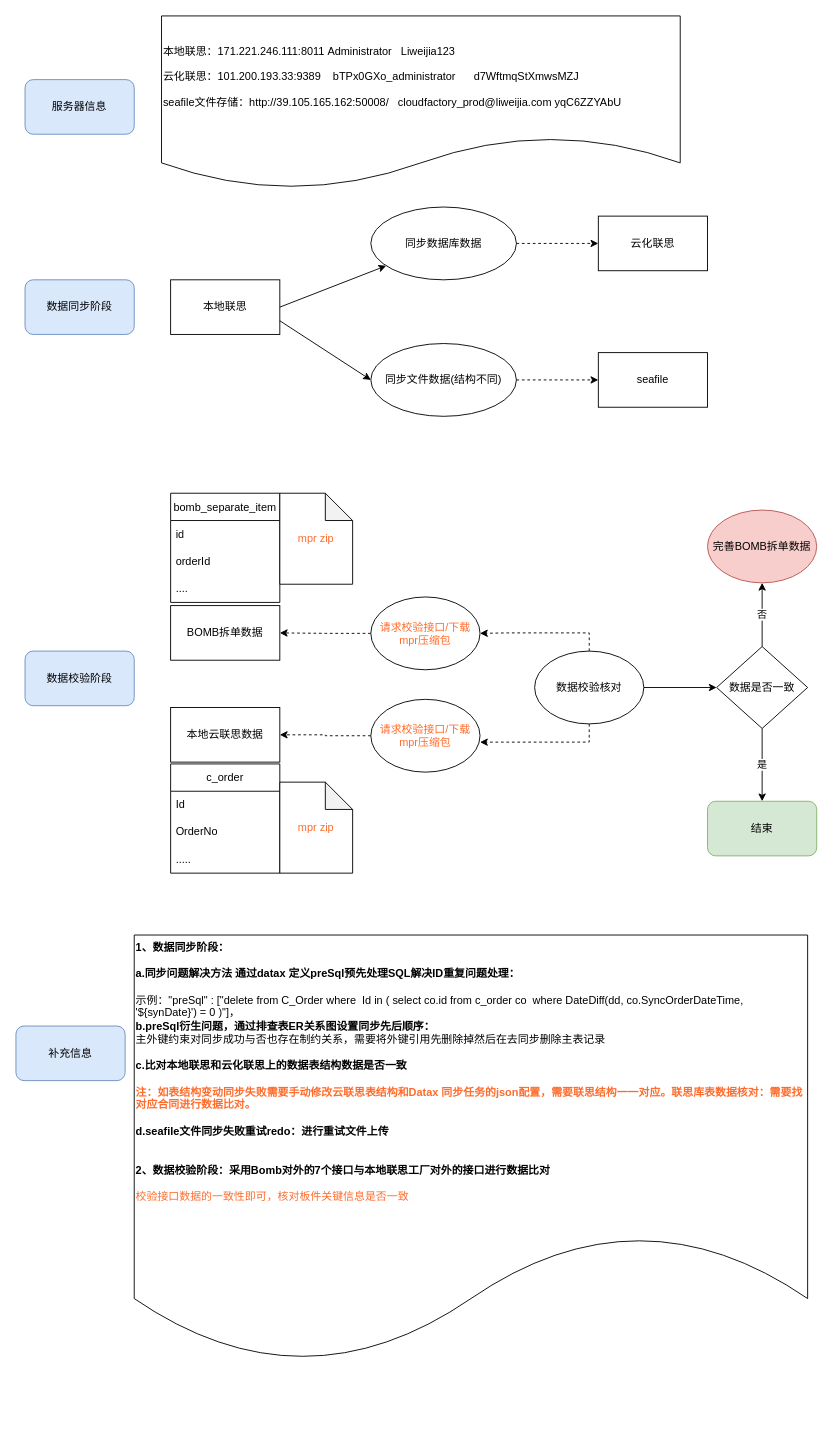
SunflowersOfJava/boonya-learning-socket keeps this draw.io diagram as page "2023联思数据同步与校验" (3 of 5) of oms相关系统关系.drawio. Above is the earlier version. Source tidied: cells renumbered, new cells numbered last; positions are measured from the earlier drawing's top-left corner, leaving out a move shared by most shapes. Both pictures are drawn from the tidied source at 91%, with x=0, y=0 at pixel (15, 15).
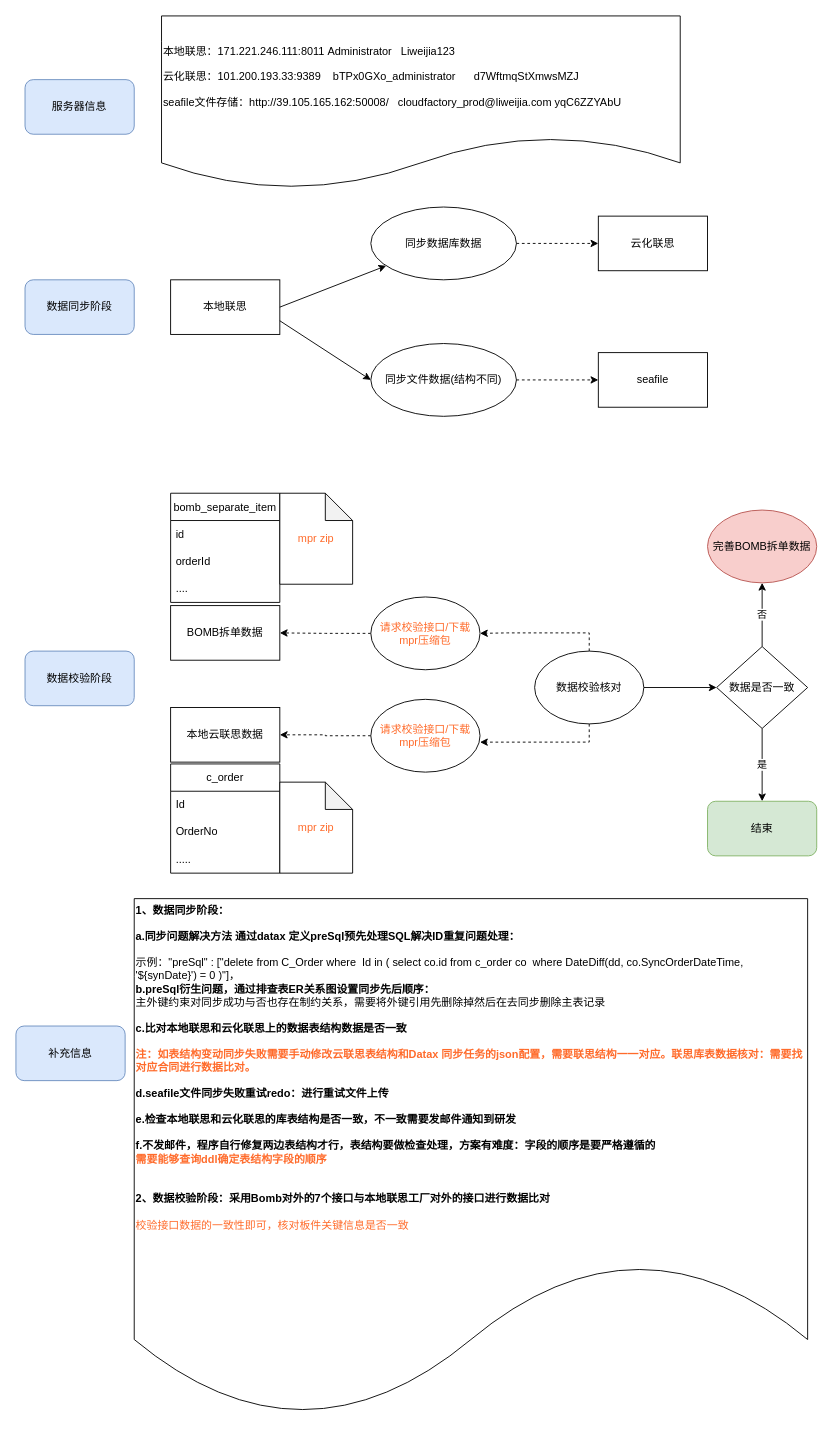
After the change.

Commit message:
更新oms相关系统关系.drawio

What changed in the source:
```diff
@@
-    <mxCell id="33" value="&lt;div&gt;&lt;b&gt;1、数据同步阶段：&lt;/b&gt;&lt;/div&gt;&lt;div&gt;&lt;b&gt;&lt;br&gt;&lt;/b&gt;&lt;/div&gt;&lt;div&gt;&lt;b&gt;a.同步问题解决方法 通过datax 定义preSql预先处理SQL解决ID重复问题处理：&lt;/b&gt;&lt;/div&gt;&lt;br&gt;&lt;div&gt;示例：&quot;preSql&quot; : [&quot;delete from C_Order where&amp;nbsp; Id in ( select co.id from c_order co&amp;nbsp; where DateDiff(dd, co.SyncOrderDateTime, '${synDate}') = 0 )&quot;]，&lt;/div&gt;&lt;div&gt;&lt;b&gt;b.preSql衍生问题，通过排查表ER关系图设置同步先后顺序：&lt;/b&gt;&lt;/div&gt;&lt;div&gt;主外键约束对同步成功与否也存在制约关系，需要将外键引用先删除掉然后在去同步删除主表记录&lt;b&gt;&lt;br&gt;&lt;/b&gt;&lt;/div&gt;&lt;div&gt;&lt;b&gt;&lt;br&gt;&lt;/b&gt;&lt;/div&gt;&lt;div&gt;&lt;b&gt;c.比对本地联思和云化联思上的数据表结构数据是否一致&lt;br&gt;&lt;/b&gt;&lt;/div&gt;&lt;div&gt;&lt;br&gt;&lt;/div&gt;&lt;div&gt;&lt;div&gt;&lt;font color=&quot;#FF6B2B&quot;&gt;&lt;b&gt;注：如表结构变动同步失败需要手动修改云联思表结构和Datax 同步任务的json配置，需要联思结构一一对应。&lt;/b&gt;&lt;/font&gt;&lt;font color=&quot;#FF6B2B&quot;&gt;&lt;b&gt;联思库表数据核对：需要找对应合同进行数据比对。&lt;/b&gt;&lt;/font&gt;&lt;/div&gt;&lt;div&gt;&lt;font color=&quot;#FF6B2B&quot;&gt;&lt;b&gt;&lt;br&gt;&lt;/b&gt;&lt;/font&gt;&lt;/div&gt;&lt;div&gt;&lt;b&gt;d.seafile文件同步失败重试redo：进行重试文件上传&lt;/b&gt;&lt;/div&gt;&lt;br&gt;&lt;/div&gt;&lt;div&gt;&lt;br&gt;&lt;/div&gt;&lt;div&gt;&lt;b&gt;2、数据校验阶段：采用Bomb对外的7个接口与本地联思工厂对外的接口进行数据比对&lt;/b&gt;&lt;/div&gt;&lt;div&gt;&lt;b&gt;&lt;br&gt;&lt;/b&gt;&lt;/div&gt;&lt;div&gt;&lt;font color=&quot;#FF6B2B&quot;&gt;校验接口数据的一致性即可，核对板件关键信息是否一致&lt;/font&gt;&lt;/div&gt;&lt;div&gt;&lt;br&gt;&lt;/div&gt;&lt;div&gt;&lt;br&gt;&lt;/div&gt;" style="shape=document;whiteSpace=wrap;html=1;boundedLbl=1;align=left;" parent="1" vertex="1">
-      <mxGeometry x="130" y="1010" width="740" height="470" as="geometry" />
+    <mxCell id="33" value="&lt;div&gt;&lt;b&gt;1、数据同步阶段：&lt;/b&gt;&lt;/div&gt;&lt;div&gt;&lt;b&gt;&lt;br&gt;&lt;/b&gt;&lt;/div&gt;&lt;div&gt;&lt;b&gt;a.同步问题解决方法 通过datax 定义preSql预先处理SQL解决ID重复问题处理：&lt;/b&gt;&lt;/div&gt;&lt;br&gt;&lt;div&gt;示例：&quot;preSql&quot; : [&quot;delete from C_Order where&amp;nbsp; Id in ( select co.id from c_order co&amp;nbsp; where DateDiff(dd, co.SyncOrderDateTime, '${synDate}') = 0 )&quot;]，&lt;/div&gt;&lt;div&gt;&lt;b&gt;b.preSql衍生问题，通过排查表ER关系图设置同步先后顺序：&lt;/b&gt;&lt;/div&gt;&lt;div&gt;主外键约束对同步成功与否也存在制约关系，需要将外键引用先删除掉然后在去同步删除主表记录&lt;b&gt;&lt;br&gt;&lt;/b&gt;&lt;/div&gt;&lt;div&gt;&lt;b&gt;&lt;br&gt;&lt;/b&gt;&lt;/div&gt;&lt;div&gt;&lt;b&gt;c.比对本地联思和云化联思上的数据表结构数据是否一致&lt;br&gt;&lt;/b&gt;&lt;/div&gt;&lt;div&gt;&lt;br&gt;&lt;/div&gt;&lt;div&gt;&lt;div&gt;&lt;font color=&quot;#FF6B2B&quot;&gt;&lt;b&gt;注：如表结构变动同步失败需要手动修改云联思表结构和Datax 同步任务的json配置，需要联思结构一一对应。&lt;/b&gt;&lt;/font&gt;&lt;font color=&quot;#FF6B2B&quot;&gt;&lt;b&gt;联思库表数据核对：需要找对应合同进行数据比对。&lt;/b&gt;&lt;/font&gt;&lt;/div&gt;&lt;div&gt;&lt;font color=&quot;#FF6B2B&quot;&gt;&lt;b&gt;&lt;br&gt;&lt;/b&gt;&lt;/font&gt;&lt;/div&gt;&lt;div&gt;&lt;b&gt;d.seafile文件同步失败重试redo：进行重试文件上传&lt;/b&gt;&lt;/div&gt;&lt;div&gt;&lt;b&gt;&lt;br&gt;&lt;/b&gt;&lt;/div&gt;&lt;div&gt;&lt;b&gt;e.检查本地联思和云化联思的库表结构是否一致，不一致需要发邮件通知到研发&lt;br&gt;&lt;/b&gt;&lt;/div&gt;&lt;div&gt;&lt;b&gt;&lt;br&gt;&lt;/b&gt;&lt;/div&gt;&lt;div&gt;&lt;b&gt;f.不发邮件，程序自行修复两边表结构才行，表结构要做检查处理，方案有难度：字段的顺序是要严格遵循的&lt;/b&gt;&lt;/div&gt;&lt;div&gt;&lt;b&gt;&lt;font color=&quot;#FF6B2B&quot;&gt;需要能够查询ddl确定表结构字段的顺序&lt;/font&gt;&lt;br&gt;&lt;/b&gt;&lt;/div&gt;&lt;br&gt;&lt;/div&gt;&lt;div&gt;&lt;br&gt;&lt;/div&gt;&lt;div&gt;&lt;b&gt;2、数据校验阶段：采用Bomb对外的7个接口与本地联思工厂对外的接口进行数据比对&lt;/b&gt;&lt;/div&gt;&lt;div&gt;&lt;b&gt;&lt;br&gt;&lt;/b&gt;&lt;/div&gt;&lt;div&gt;&lt;font color=&quot;#FF6B2B&quot;&gt;校验接口数据的一致性即可，核对板件关键信息是否一致&lt;/font&gt;&lt;/div&gt;&lt;div&gt;&lt;br&gt;&lt;/div&gt;&lt;div&gt;&lt;br&gt;&lt;/div&gt;" style="shape=document;whiteSpace=wrap;html=1;boundedLbl=1;align=left;" parent="1" vertex="1">
+      <mxGeometry x="130" y="970" width="740" height="570" as="geometry" />
     </mxCell>
```
